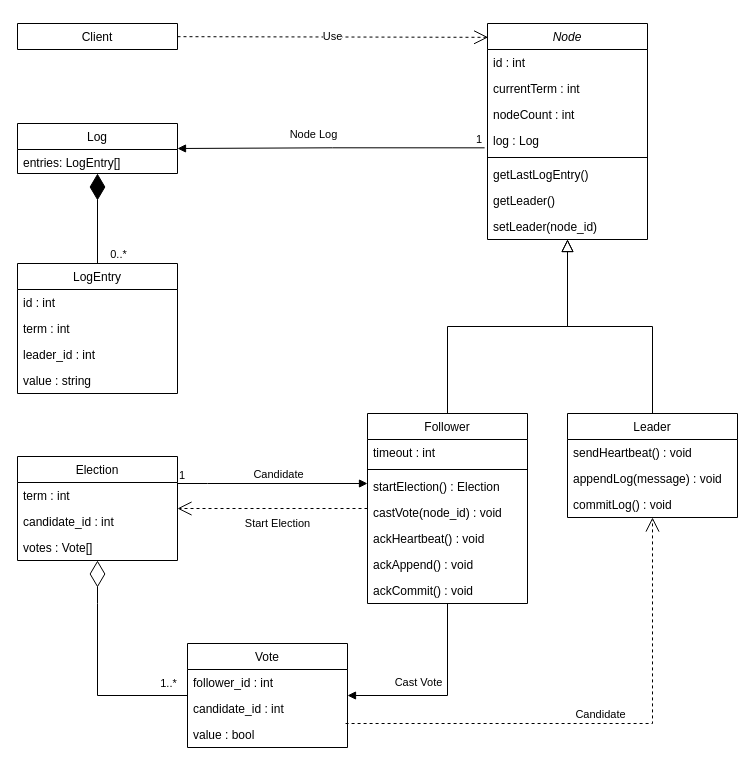
Before: domain_model.drawio in daniellgelencser/ddps2, a draw.io diagram. Source tidied: cells renumbered, new cells numbered last; positions are measured from the earlier drawing's top-left corner, leaving out a move shared by most shapes. Both pictures are drawn from the tidied source at 100%, with x=0, y=0 at pixel (17, 23).
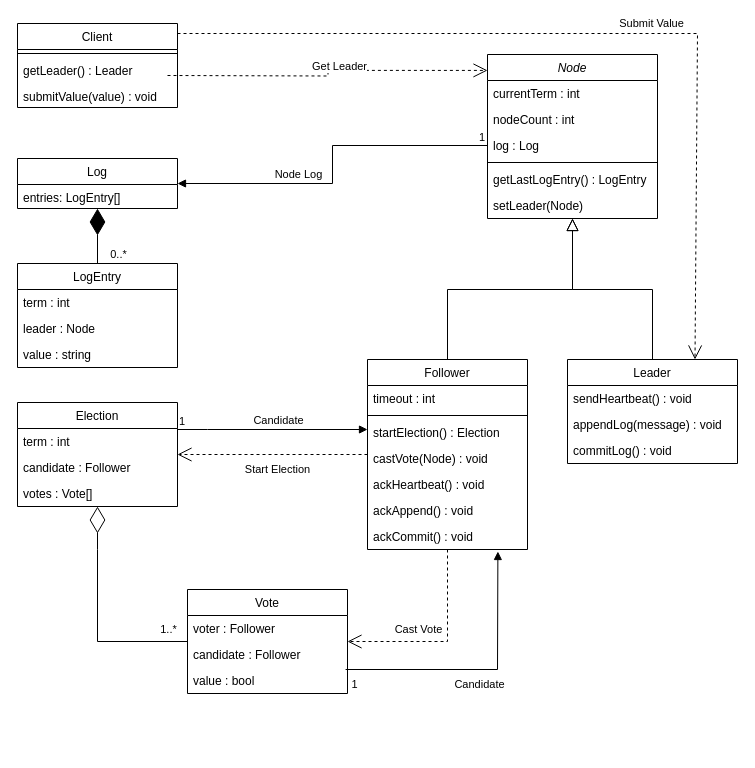
The same page after the edit.

The change refers to these unchanged cells:
```xml
<mxCell id="18" value="ackCommit() : void" style="text;align=left;verticalAlign=top;spacingLeft=4;spacingRight=4;overflow=hidden;points=[[0,0.5],[1,0.5]];portConstraint=eastwest;" parent="11" vertex="1">
  <mxGeometry y="164" width="160" height="26" as="geometry" />
</mxCell>
<mxCell id="37" value="value : bool" style="text;align=left;verticalAlign=top;spacingLeft=4;spacingRight=4;overflow=hidden;points=[[0,0.5],[1,0.5]];portConstraint=eastwest;rounded=0;shadow=0;html=0;" parent="34" vertex="1">
  <mxGeometry y="78" width="160" height="26" as="geometry" />
</mxCell>
<mxCell id="51" style="endArrow=diamondThin;endFill=1;endSize=24;html=1;rounded=0;" parent="1" edge="1" source="25" target="39">
  <mxGeometry relative="1" as="geometry" />
</mxCell>
```

The edit, as a diff of the source:
```diff
@@
     <mxCell id="2" value="Node" style="swimlane;fontStyle=2;align=center;verticalAlign=top;horizontal=1;startSize=26;rounded=0;shadow=0;strokeWidth=1;" parent="1" vertex="1">
-      <mxGeometry x="470" width="160" height="216" as="geometry" />
+      <mxGeometry x="470" y="31" width="170" height="164" as="geometry" />
     </mxCell>
-    <mxCell id="3" value="id : int" style="text;align=left;verticalAlign=top;spacingLeft=4;spacingRight=4;overflow=hidden;" parent="2" vertex="1">
-      <mxGeometry y="26" width="160" height="26" as="geometry" />
-    </mxCell>
     <mxCell id="4" value="currentTerm : int" style="text;align=left;verticalAlign=top;spacingLeft=4;spacingRight=4;overflow=hidden;rounded=0;shadow=0;html=0;" parent="2" vertex="1">
-      <mxGeometry y="52" width="160" height="26" as="geometry" />
+      <mxGeometry y="26" width="170" height="26" as="geometry" />
     </mxCell>
     <mxCell id="5" value="nodeCount : int" style="text;align=left;verticalAlign=top;spacingLeft=4;spacingRight=4;overflow=hidden;rounded=0;shadow=0;html=0;" parent="2" vertex="1">
-      <mxGeometry y="78" width="160" height="26" as="geometry" />
+      <mxGeometry y="52" width="170" height="26" as="geometry" />
     </mxCell>
     <mxCell id="6" value="log : Log" style="text;align=left;verticalAlign=top;spacingLeft=4;spacingRight=4;overflow=hidden;points=[[0,0.5],[1,0.5]];portConstraint=eastwest;rounded=0;shadow=0;html=0;" parent="2" vertex="1">
-      <mxGeometry y="104" width="160" height="26" as="geometry" />
+      <mxGeometry y="78" width="170" height="26" as="geometry" />
     </mxCell>
     <mxCell id="7" style="line;html=1;strokeWidth=1;align=left;verticalAlign=middle;spacingTop=-1;spacingLeft=3;spacingRight=3;labelPosition=right;" parent="2" vertex="1">
-      <mxGeometry y="130" width="160" height="8" as="geometry" />
+      <mxGeometry y="104" width="170" height="8" as="geometry" />
     </mxCell>
-    <mxCell id="8" value="getLastLogEntry()" style="text;align=left;verticalAlign=top;spacingLeft=4;spacingRight=4;overflow=hidden;" parent="2" vertex="1">
-      <mxGeometry y="138" width="160" height="26" as="geometry" />
+    <mxCell id="8" value="getLastLogEntry() : LogEntry" style="text;align=left;verticalAlign=top;spacingLeft=4;spacingRight=4;overflow=hidden;" parent="2" vertex="1">
+      <mxGeometry y="112" width="170" height="26" as="geometry" />
     </mxCell>
-    <mxCell id="9" value="getLeader()" style="text;align=left;verticalAlign=top;spacingLeft=4;spacingRight=4;overflow=hidden;" parent="2" vertex="1">
-      <mxGeometry y="164" width="160" height="26" as="geometry" />
-    </mxCell>
-    <mxCell id="10" value="setLeader(node_id)" style="text;align=left;verticalAlign=top;spacingLeft=4;spacingRight=4;overflow=hidden;" parent="2" vertex="1">
-      <mxGeometry y="190" width="160" height="26" as="geometry" />
+    <mxCell id="10" value="setLeader(Node)" style="text;align=left;verticalAlign=top;spacingLeft=4;spacingRight=4;overflow=hidden;" parent="2" vertex="1">
+      <mxGeometry y="138" width="170" height="26" as="geometry" />
     </mxCell>
     <mxCell id="11" value="Follower" style="swimlane;fontStyle=0;align=center;verticalAlign=top;horizontal=1;startSize=26;rounded=0;shadow=0;strokeWidth=1;" parent="1" vertex="1">
-      <mxGeometry x="350" y="390" width="160" height="190" as="geometry" />
+      <mxGeometry x="350" y="336" width="160" height="190" as="geometry" />
     </mxCell>
@@
-    <mxCell id="15" value="castVote(node_id) : void" style="text;align=left;verticalAlign=top;spacingLeft=4;spacingRight=4;overflow=hidden;" parent="11" vertex="1">
+    <mxCell id="15" value="castVote(Node) : void" style="text;align=left;verticalAlign=top;spacingLeft=4;spacingRight=4;overflow=hidden;" parent="11" vertex="1">
       <mxGeometry y="86" width="160" height="26" as="geometry" />
     </mxCell>
@@
     <mxCell id="20" value="Leader" style="swimlane;fontStyle=0;align=center;verticalAlign=top;horizontal=1;startSize=26;rounded=0;shadow=0;strokeWidth=1;" parent="1" vertex="1">
-      <mxGeometry x="550" y="390" width="170" height="104" as="geometry" />
+      <mxGeometry x="550" y="336" width="170" height="104" as="geometry" />
     </mxCell>
@@
     <mxCell id="25" value="LogEntry" style="swimlane;fontStyle=0;align=center;verticalAlign=top;horizontal=1;startSize=26;rounded=0;shadow=0;strokeWidth=1;" parent="1" vertex="1">
-      <mxGeometry y="240" width="160" height="130" as="geometry" />
+      <mxGeometry y="240" width="160" height="104" as="geometry" />
     </mxCell>
-    <mxCell id="26" value="id : int" style="text;align=left;verticalAlign=top;spacingLeft=4;spacingRight=4;overflow=hidden;" parent="25" vertex="1">
-      <mxGeometry y="26" width="160" height="26" as="geometry" />
-    </mxCell>
     <mxCell id="27" value="term : int&#10;" style="text;align=left;verticalAlign=top;spacingLeft=4;spacingRight=4;overflow=hidden;rounded=0;shadow=0;html=0;" parent="25" vertex="1">
-      <mxGeometry y="52" width="160" height="26" as="geometry" />
+      <mxGeometry y="26" width="160" height="26" as="geometry" />
     </mxCell>
-    <mxCell id="28" value="leader_id : int&#10;" style="text;align=left;verticalAlign=top;spacingLeft=4;spacingRight=4;overflow=hidden;rounded=0;shadow=0;html=0;" parent="25" vertex="1">
-      <mxGeometry y="78" width="160" height="26" as="geometry" />
+    <mxCell id="28" value="leader : Node&#10;" style="text;align=left;verticalAlign=top;spacingLeft=4;spacingRight=4;overflow=hidden;rounded=0;shadow=0;html=0;" parent="25" vertex="1">
+      <mxGeometry y="52" width="160" height="26" as="geometry" />
     </mxCell>
     <mxCell id="29" value="value : string" style="text;align=left;verticalAlign=top;spacingLeft=4;spacingRight=4;overflow=hidden;rounded=0;shadow=0;html=0;" parent="25" vertex="1">
-      <mxGeometry y="104" width="160" height="26" as="geometry" />
+      <mxGeometry y="78" width="160" height="26" as="geometry" />
     </mxCell>
     <mxCell id="30" value="Election" style="swimlane;fontStyle=0;align=center;verticalAlign=top;horizontal=1;startSize=26;rounded=0;shadow=0;strokeWidth=1;" parent="1" vertex="1">
-      <mxGeometry y="433" width="160" height="104" as="geometry" />
+      <mxGeometry y="379" width="160" height="104" as="geometry" />
     </mxCell>
@@
-    <mxCell id="32" value="candidate_id : int" style="text;align=left;verticalAlign=top;spacingLeft=4;spacingRight=4;overflow=hidden;rounded=0;shadow=0;html=0;" parent="30" vertex="1">
+    <mxCell id="32" value="candidate : Follower" style="text;align=left;verticalAlign=top;spacingLeft=4;spacingRight=4;overflow=hidden;rounded=0;shadow=0;html=0;" parent="30" vertex="1">
       <mxGeometry y="52" width="160" height="26" as="geometry" />
     </mxCell>
@@
     <mxCell id="34" value="Vote" style="swimlane;fontStyle=0;align=center;verticalAlign=top;horizontal=1;startSize=26;rounded=0;shadow=0;strokeWidth=1;" parent="1" vertex="1">
-      <mxGeometry x="170" y="620" width="160" height="104" as="geometry" />
+      <mxGeometry x="170" y="566" width="160" height="104" as="geometry" />
     </mxCell>
-    <mxCell id="35" value="follower_id : int" style="text;align=left;verticalAlign=top;spacingLeft=4;spacingRight=4;overflow=hidden;" parent="34" vertex="1">
+    <mxCell id="35" value="voter : Follower" style="text;align=left;verticalAlign=top;spacingLeft=4;spacingRight=4;overflow=hidden;" parent="34" vertex="1">
       <mxGeometry y="26" width="160" height="26" as="geometry" />
     </mxCell>
-    <mxCell id="36" value="candidate_id : int" style="text;align=left;verticalAlign=top;spacingLeft=4;spacingRight=4;overflow=hidden;rounded=0;shadow=0;html=0;" parent="34" vertex="1">
+    <mxCell id="36" value="candidate : Follower" style="text;align=left;verticalAlign=top;spacingLeft=4;spacingRight=4;overflow=hidden;rounded=0;shadow=0;html=0;" parent="34" vertex="1">
       <mxGeometry y="52" width="160" height="26" as="geometry" />
     </mxCell>
@@
     <mxCell id="38" value="Log" style="swimlane;fontStyle=0;align=center;verticalAlign=top;horizontal=1;startSize=26;rounded=0;shadow=0;strokeWidth=1;" parent="1" vertex="1">
-      <mxGeometry y="100" width="160" height="50" as="geometry" />
+      <mxGeometry y="135" width="160" height="50" as="geometry" />
     </mxCell>
@@
-    <mxCell id="40" value="Client" style="swimlane;fontStyle=0;align=center;verticalAlign=top;horizontal=1;startSize=26;rounded=0;shadow=0;strokeWidth=1;" parent="1" vertex="1" collapsed="1">
-      <mxGeometry width="160" height="26" as="geometry" />
+    <mxCell id="40" value="Client" style="swimlane;fontStyle=0;align=center;verticalAlign=top;horizontal=1;startSize=26;rounded=0;shadow=0;strokeWidth=1;" parent="1" vertex="1">
+      <mxGeometry width="160" height="84" as="geometry" />
     </mxCell>
+    <mxCell id="57" style="line;html=1;strokeWidth=1;align=left;verticalAlign=middle;spacingTop=-1;spacingLeft=3;spacingRight=3;labelPosition=right;" parent="40" vertex="1">
+      <mxGeometry y="26" width="160" height="8" as="geometry" />
+    </mxCell>
+    <mxCell id="9" value="getLeader() : Leader" style="text;align=left;verticalAlign=top;spacingLeft=4;spacingRight=4;overflow=hidden;" parent="40" vertex="1">
+      <mxGeometry y="34" width="160" height="26" as="geometry" />
+    </mxCell>
+    <mxCell id="58" value="submitValue(value) : void" style="text;align=left;verticalAlign=top;spacingLeft=4;spacingRight=4;overflow=hidden;rounded=0;shadow=0;html=0;" parent="40" vertex="1">
+      <mxGeometry y="60" width="160" height="24" as="geometry" />
+    </mxCell>
-    <mxCell id="41" value="Use" style="endArrow=open;endSize=12;dashed=1;html=1;rounded=0;entryX=0.004;entryY=0.064;entryDx=0;entryDy=0;entryPerimeter=0;" parent="1" edge="1" source="40" target="2">
-      <mxGeometry relative="1" as="geometry" />
+    <mxCell id="41" value="Submit Value" style="endArrow=open;endSize=12;html=1;rounded=0;entryX=0.75;entryY=0;entryDx=0;entryDy=0;exitX=1;exitY=0.119;exitDx=0;exitDy=0;exitPerimeter=0;endFill=0;dashed=1;" parent="1" edge="1" source="40" target="20">
+      <mxGeometry x="0.12" y="10" relative="1" as="geometry">
+        <Array as="points">
+          <mxPoint x="680" y="10" />
+        </Array>
+      </mxGeometry>
     </mxCell>
-    <mxCell id="42" style="endArrow=block;endFill=1;html=1;edgeStyle=orthogonalEdgeStyle;align=left;verticalAlign=top;rounded=0;exitX=-0.018;exitY=0.782;exitDx=0;exitDy=0;exitPerimeter=0;" parent="1" edge="1" source="6" target="38">
+    <mxCell id="42" style="endArrow=block;endFill=1;html=1;edgeStyle=orthogonalEdgeStyle;align=left;verticalAlign=top;rounded=0;" parent="1" edge="1" source="6" target="38">
       <mxGeometry x="0.07" y="62" relative="1" as="geometry">
         <mxPoint x="25" y="-5" as="offset" />
       </mxGeometry>
     </mxCell>
@@
     <mxCell id="44" value="Node Log" style="edgeLabel;html=1;align=center;verticalAlign=middle;" parent="42" vertex="1">
       <mxGeometry x="0.12" y="1" relative="1" as="geometry">
-        <mxPoint y="-16" as="offset" />
+        <mxPoint x="-33" y="-11" as="offset" />
       </mxGeometry>
     </mxCell>
     <mxCell id="45" style="endArrow=block;endFill=1;html=1;edgeStyle=orthogonalEdgeStyle;align=left;verticalAlign=top;rounded=0;" parent="1" edge="1" source="30" target="11">
       <mxGeometry x="-1" relative="1" as="geometry">
         <Array as="points">
-          <mxPoint x="190" y="460" />
-          <mxPoint x="190" y="460" />
+          <mxPoint x="190" y="406" />
+          <mxPoint x="190" y="406" />
         </Array>
       </mxGeometry>
     </mxCell>
@@
     <mxCell id="49" style="endArrow=diamondThin;endFill=0;endSize=24;html=1;rounded=0;" parent="1" edge="1" source="34" target="30">
       <mxGeometry relative="1" as="geometry">
         <Array as="points">
-          <mxPoint x="80" y="672" />
-          <mxPoint x="80" y="580" />
+          <mxPoint x="80" y="618" />
+          <mxPoint x="80" y="526" />
         </Array>
       </mxGeometry>
     </mxCell>
@@
     <mxCell id="52" value="0..*" style="edgeLabel;html=1;align=center;verticalAlign=middle;" parent="51" vertex="1">
       <mxGeometry x="-0.65" relative="1" as="geometry">
-        <mxPoint x="20" y="6" as="offset" />
+        <mxPoint x="20" as="offset" />
       </mxGeometry>
     </mxCell>
-    <mxCell id="53" style="endArrow=block;endFill=1;html=1;edgeStyle=orthogonalEdgeStyle;align=left;verticalAlign=top;rounded=0;" parent="1" edge="1" source="11" target="34">
+    <mxCell id="53" style="endArrow=open;endFill=0;html=1;edgeStyle=orthogonalEdgeStyle;align=left;verticalAlign=top;rounded=0;dashed=1;endSize=12;" parent="1" edge="1" source="11" target="34">
       <mxGeometry x="-0.04" y="-90" relative="1" as="geometry">
         <Array as="points">
-          <mxPoint x="430" y="672" />
+          <mxPoint x="430" y="618" />
         </Array>
         <mxPoint x="90" y="90" as="offset" />
       </mxGeometry>
     </mxCell>
     <mxCell id="54" value="Cast Vote" style="edgeLabel;html=1;align=center;verticalAlign=middle;" parent="53" vertex="1">
       <mxGeometry x="-0.06" y="3" relative="1" as="geometry">
-        <mxPoint x="-33" y="-12" as="offset" />
+        <mxPoint x="-33" y="-11" as="offset" />
       </mxGeometry>
     </mxCell>
-    <mxCell id="55" style="endArrow=open;endSize=12;dashed=1;html=1;rounded=0;exitX=0.988;exitY=0.077;exitDx=0;exitDy=0;exitPerimeter=0;" parent="1" edge="1" source="37" target="20">
+    <mxCell id="55" style="endArrow=block;endSize=6;html=1;rounded=0;exitX=0.988;exitY=0.077;exitDx=0;exitDy=0;exitPerimeter=0;entryX=0.815;entryY=1.077;entryDx=0;entryDy=0;entryPerimeter=0;endFill=1;" parent="1" edge="1" source="37" target="18">
       <mxGeometry x="0.04" y="20" relative="1" as="geometry">
         <Array as="points">
-          <mxPoint x="635" y="700" />
+          <mxPoint x="480" y="646" />
         </Array>
       </mxGeometry>
     </mxCell>
     <mxCell id="56" value="Candidate" style="edgeLabel;html=1;align=center;verticalAlign=middle;" parent="55" vertex="1">
       <mxGeometry x="-0.24" y="-3" relative="1" as="geometry">
-        <mxPoint x="59" y="-13" as="offset" />
+        <mxPoint x="30" y="11" as="offset" />
       </mxGeometry>
     </mxCell>
+    <mxCell id="59" value="&lt;div&gt;1&lt;/div&gt;" style="edgeLabel;html=1;align=center;verticalAlign=middle;" parent="55" vertex="1">
+      <mxGeometry x="-0.88" y="-2" relative="1" as="geometry">
+        <mxPoint x="-8" y="12" as="offset" />
+      </mxGeometry>
+    </mxCell>
+    <mxCell id="60" value="&lt;div&gt;Get Leader&lt;/div&gt;" style="endArrow=open;endFill=0;html=1;edgeStyle=orthogonalEdgeStyle;align=left;verticalAlign=top;rounded=0;endSize=12;entryX=0;entryY=0.097;entryDx=0;entryDy=0;entryPerimeter=0;dashed=1;" parent="1" edge="1" target="2">
+      <mxGeometry x="-0.12" y="22" relative="1" as="geometry">
+        <mxPoint x="150" y="52" as="sourcePoint" />
+      </mxGeometry>
+    </mxCell>
```
